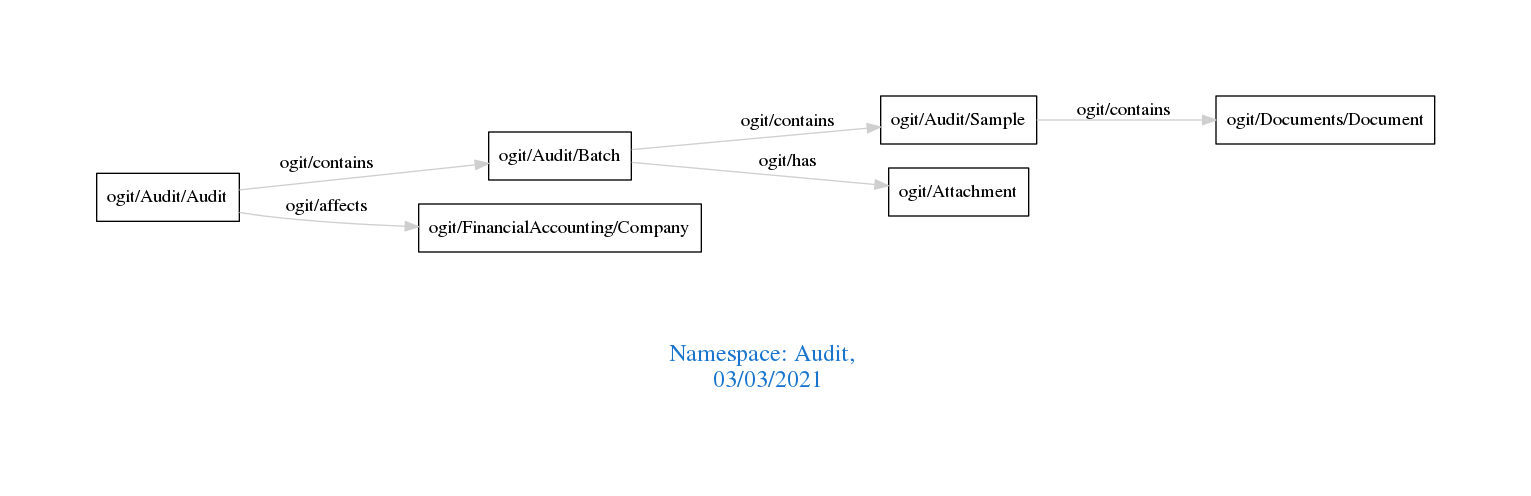
Above: downloads/Audit.png in arago/OGIT (Graphviz), before the change. Its source is kept beside it as downloads/Audit.dot.
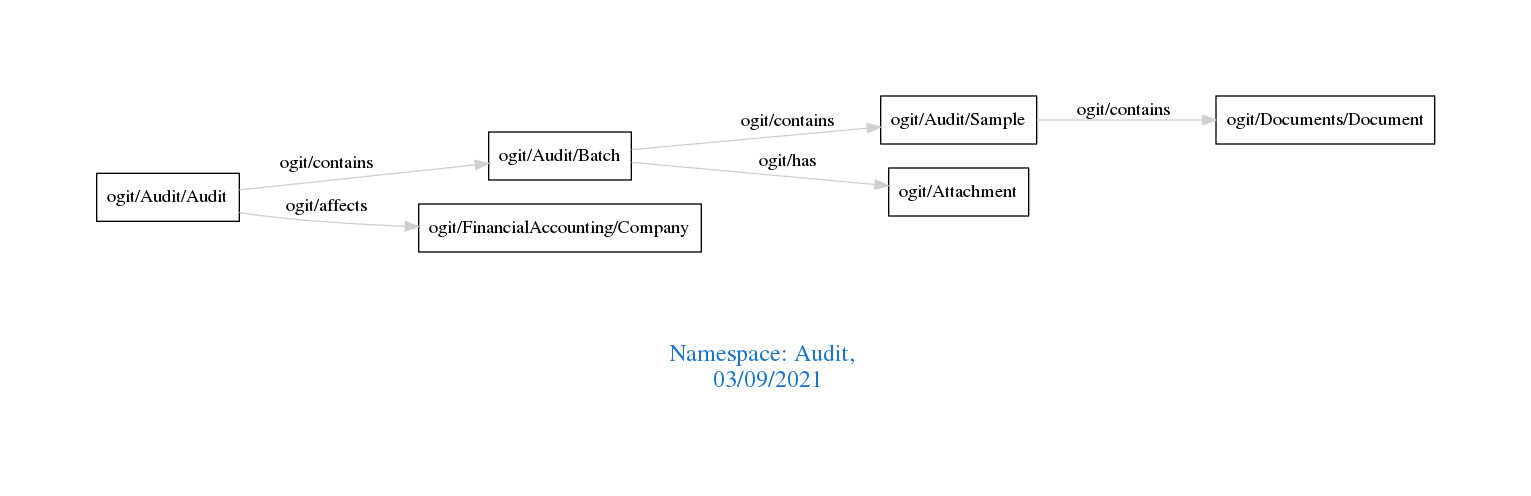
Later version of the same file.

Change to the diagram source:
```diff
@@ -1,7 +1,7 @@
 digraph OGIT_ontology {
  graph [ rankdir= LR,pad=1
 fontsize = 18,
-fontcolor= dodgerblue3,label = "\n\n\nNamespace: Audit, \n 03/03/2021"];
+fontcolor= dodgerblue3,label = "\n\n\nNamespace: Audit, \n 03/09/2021"];
 node[shape=polygon];
 edge [  color="gray81"];
 
```
